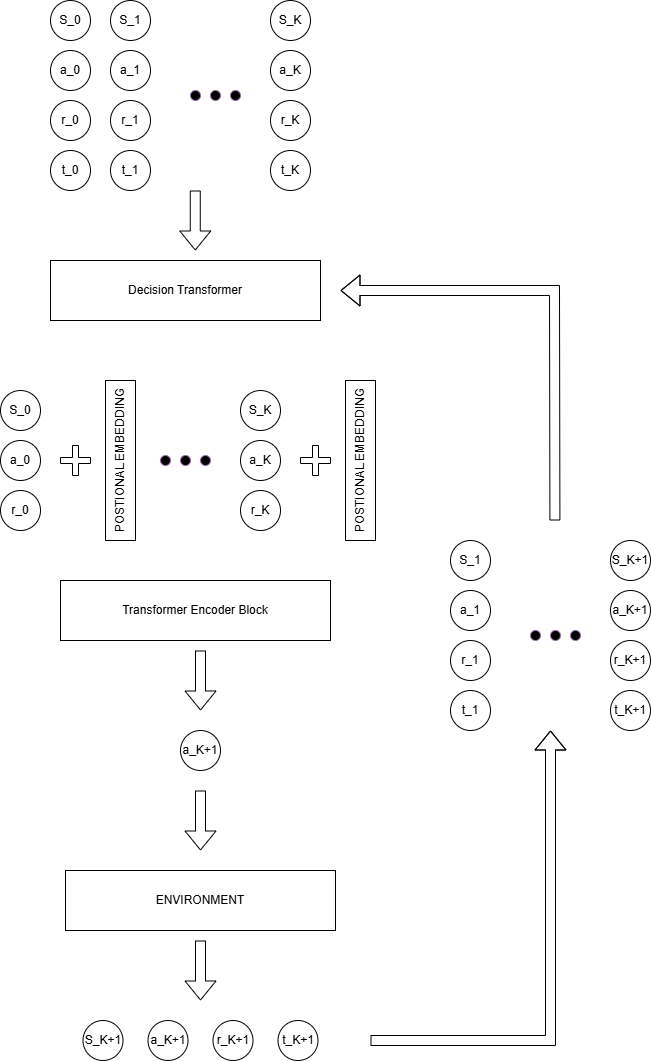
Above: GENAIDiagrams.drawio.png in streklin/generative-ai-applications (draw.io), before the change. Source tidied: cells renumbered, new cells last; positions are measured from the earlier drawing's top-left corner, leaving out a move shared by most shapes. Source of this version:
```xml
<mxGraphModel>
  <root>
    <mxCell id="0" />
    <mxCell id="1" parent="0" />
    <mxCell id="2" value="Transformer Encoder Block" style="rounded=0;whiteSpace=wrap;html=1;" parent="1" vertex="1">
      <mxGeometry x="60" y="580" width="270" height="60" as="geometry" />
    </mxCell>
    <mxCell id="3" value="Decision Transformer" style="rounded=0;whiteSpace=wrap;html=1;" parent="1" vertex="1">
      <mxGeometry x="50" y="260" width="270" height="60" as="geometry" />
    </mxCell>
    <mxCell id="4" value="S_0" style="ellipse;whiteSpace=wrap;html=1;" parent="1" vertex="1">
      <mxGeometry x="50" width="40" height="40" as="geometry" />
    </mxCell>
    <mxCell id="5" value="a_0" style="ellipse;whiteSpace=wrap;html=1;" parent="1" vertex="1">
      <mxGeometry x="50" y="50" width="40" height="40" as="geometry" />
    </mxCell>
    <mxCell id="6" value="r_0" style="ellipse;whiteSpace=wrap;html=1;" parent="1" vertex="1">
      <mxGeometry x="50" y="100" width="40" height="40" as="geometry" />
    </mxCell>
    <mxCell id="7" value="t_0" style="ellipse;whiteSpace=wrap;html=1;" parent="1" vertex="1">
      <mxGeometry x="50" y="150" width="40" height="40" as="geometry" />
    </mxCell>
    <mxCell id="8" value="S_1" style="ellipse;whiteSpace=wrap;html=1;" parent="1" vertex="1">
      <mxGeometry x="110" width="40" height="40" as="geometry" />
    </mxCell>
    <mxCell id="9" value="a_1" style="ellipse;whiteSpace=wrap;html=1;" parent="1" vertex="1">
      <mxGeometry x="110" y="50" width="40" height="40" as="geometry" />
    </mxCell>
    <mxCell id="10" value="r_1" style="ellipse;whiteSpace=wrap;html=1;" parent="1" vertex="1">
      <mxGeometry x="110" y="100" width="40" height="40" as="geometry" />
    </mxCell>
    <mxCell id="11" value="t_1" style="ellipse;whiteSpace=wrap;html=1;" parent="1" vertex="1">
      <mxGeometry x="110" y="150" width="40" height="40" as="geometry" />
    </mxCell>
    <mxCell id="12" value="S_K" style="ellipse;whiteSpace=wrap;html=1;" parent="1" vertex="1">
      <mxGeometry x="270" width="40" height="40" as="geometry" />
    </mxCell>
    <mxCell id="13" value="a_K" style="ellipse;whiteSpace=wrap;html=1;" parent="1" vertex="1">
      <mxGeometry x="270" y="50" width="40" height="40" as="geometry" />
    </mxCell>
    <mxCell id="14" value="r_K" style="ellipse;whiteSpace=wrap;html=1;" parent="1" vertex="1">
      <mxGeometry x="270" y="100" width="40" height="40" as="geometry" />
    </mxCell>
    <mxCell id="15" value="t_K" style="ellipse;whiteSpace=wrap;html=1;" parent="1" vertex="1">
      <mxGeometry x="270" y="150" width="40" height="40" as="geometry" />
    </mxCell>
    <mxCell id="16" style="ellipse;whiteSpace=wrap;html=1;fillColor=light-dark(#000000, #392f3f);strokeColor=#9673a6;" parent="1" vertex="1">
      <mxGeometry x="190" y="90" width="10" height="10" as="geometry" />
    </mxCell>
    <mxCell id="17" style="ellipse;whiteSpace=wrap;html=1;fillColor=light-dark(#000000, #392f3f);strokeColor=#9673a6;" parent="1" vertex="1">
      <mxGeometry x="210" y="90" width="10" height="10" as="geometry" />
    </mxCell>
    <mxCell id="18" style="ellipse;whiteSpace=wrap;html=1;fillColor=light-dark(#000000, #392f3f);strokeColor=#9673a6;" parent="1" vertex="1">
      <mxGeometry x="230" y="90" width="10" height="10" as="geometry" />
    </mxCell>
    <mxCell id="19" style="shape=flexArrow;endArrow=classic;html=1;rounded=0;" parent="1" edge="1">
      <mxGeometry relative="1" as="geometry">
        <mxPoint x="194.8" y="190" as="sourcePoint" />
        <mxPoint x="194.8" y="250" as="targetPoint" />
      </mxGeometry>
    </mxCell>
    <mxCell id="20" value="S_0" style="ellipse;whiteSpace=wrap;html=1;" parent="1" vertex="1">
      <mxGeometry y="390" width="40" height="40" as="geometry" />
    </mxCell>
    <mxCell id="21" value="a_0" style="ellipse;whiteSpace=wrap;html=1;" parent="1" vertex="1">
      <mxGeometry y="440" width="40" height="40" as="geometry" />
    </mxCell>
    <mxCell id="22" value="r_0" style="ellipse;whiteSpace=wrap;html=1;" parent="1" vertex="1">
      <mxGeometry y="490" width="40" height="40" as="geometry" />
    </mxCell>
    <mxCell id="23" style="ellipse;whiteSpace=wrap;html=1;fillColor=light-dark(#000000, #392f3f);strokeColor=#9673a6;" parent="1" vertex="1">
      <mxGeometry x="160" y="455" width="10" height="10" as="geometry" />
    </mxCell>
    <mxCell id="24" style="ellipse;whiteSpace=wrap;html=1;fillColor=light-dark(#000000, #392f3f);strokeColor=#9673a6;" parent="1" vertex="1">
      <mxGeometry x="180" y="455" width="10" height="10" as="geometry" />
    </mxCell>
    <mxCell id="25" style="ellipse;whiteSpace=wrap;html=1;fillColor=light-dark(#000000, #392f3f);strokeColor=#9673a6;" parent="1" vertex="1">
      <mxGeometry x="200" y="455" width="10" height="10" as="geometry" />
    </mxCell>
    <mxCell id="26" value="POSTIONAL EMBEDDING" style="rounded=0;whiteSpace=wrap;html=1;rotation=-90;" parent="1" vertex="1">
      <mxGeometry x="40" y="445" width="160" height="30" as="geometry" />
    </mxCell>
    <mxCell id="27" style="shape=cross;whiteSpace=wrap;html=1;" parent="1" vertex="1">
      <mxGeometry x="60" y="445" width="30" height="30" as="geometry" />
    </mxCell>
    <mxCell id="28" value="S_K" style="ellipse;whiteSpace=wrap;html=1;" parent="1" vertex="1">
      <mxGeometry x="240" y="390" width="40" height="40" as="geometry" />
    </mxCell>
    <mxCell id="29" value="a_K" style="ellipse;whiteSpace=wrap;html=1;" parent="1" vertex="1">
      <mxGeometry x="240" y="440" width="40" height="40" as="geometry" />
    </mxCell>
    <mxCell id="30" value="r_K" style="ellipse;whiteSpace=wrap;html=1;" parent="1" vertex="1">
      <mxGeometry x="240" y="490" width="40" height="40" as="geometry" />
    </mxCell>
    <mxCell id="31" value="POSTIONAL EMBEDDING" style="rounded=0;whiteSpace=wrap;html=1;rotation=-90;" parent="1" vertex="1">
      <mxGeometry x="280" y="445" width="160" height="30" as="geometry" />
    </mxCell>
    <mxCell id="32" style="shape=cross;whiteSpace=wrap;html=1;" parent="1" vertex="1">
      <mxGeometry x="300" y="445" width="30" height="30" as="geometry" />
    </mxCell>
    <mxCell id="33" value="a_K+1" style="ellipse;whiteSpace=wrap;html=1;" parent="1" vertex="1">
      <mxGeometry x="180" y="730" width="40" height="40" as="geometry" />
    </mxCell>
    <mxCell id="34" style="shape=flexArrow;endArrow=classic;html=1;rounded=0;" parent="1" edge="1">
      <mxGeometry relative="1" as="geometry">
        <mxPoint x="200" y="650" as="sourcePoint" />
        <mxPoint x="200" y="710" as="targetPoint" />
      </mxGeometry>
    </mxCell>
    <mxCell id="35" value="ENVIRONMENT" style="rounded=0;whiteSpace=wrap;html=1;" parent="1" vertex="1">
      <mxGeometry x="65" y="870" width="270" height="60" as="geometry" />
    </mxCell>
    <mxCell id="36" style="shape=flexArrow;endArrow=classic;html=1;rounded=0;" parent="1" edge="1">
      <mxGeometry relative="1" as="geometry">
        <mxPoint x="200" y="790" as="sourcePoint" />
        <mxPoint x="200" y="850" as="targetPoint" />
      </mxGeometry>
    </mxCell>
    <mxCell id="37" value="S_K+1" style="ellipse;whiteSpace=wrap;html=1;" parent="1" vertex="1">
      <mxGeometry x="82.5" y="1020" width="40" height="40" as="geometry" />
    </mxCell>
    <mxCell id="38" value="a_K+1" style="ellipse;whiteSpace=wrap;html=1;" parent="1" vertex="1">
      <mxGeometry x="147.5" y="1020" width="40" height="40" as="geometry" />
    </mxCell>
    <mxCell id="39" value="r_K+1" style="ellipse;whiteSpace=wrap;html=1;" parent="1" vertex="1">
      <mxGeometry x="212.5" y="1020" width="40" height="40" as="geometry" />
    </mxCell>
    <mxCell id="40" value="t_K+1" style="ellipse;whiteSpace=wrap;html=1;" parent="1" vertex="1">
      <mxGeometry x="277.5" y="1020" width="40" height="40" as="geometry" />
    </mxCell>
    <mxCell id="41" style="shape=flexArrow;endArrow=classic;html=1;rounded=0;" parent="1" edge="1">
      <mxGeometry relative="1" as="geometry">
        <mxPoint x="200" y="940" as="sourcePoint" />
        <mxPoint x="200" y="1000" as="targetPoint" />
      </mxGeometry>
    </mxCell>
    <mxCell id="42" style="shape=flexArrow;endArrow=classic;html=1;rounded=0;" parent="1" edge="1">
      <mxGeometry relative="1" as="geometry">
        <mxPoint x="370" y="1040" as="sourcePoint" />
        <mxPoint x="550" y="730" as="targetPoint" />
        <Array as="points">
          <mxPoint x="550" y="1040" />
        </Array>
      </mxGeometry>
    </mxCell>
    <mxCell id="43" value="S_1" style="ellipse;whiteSpace=wrap;html=1;" parent="1" vertex="1">
      <mxGeometry x="450" y="540" width="40" height="40" as="geometry" />
    </mxCell>
    <mxCell id="44" value="a_1" style="ellipse;whiteSpace=wrap;html=1;" parent="1" vertex="1">
      <mxGeometry x="450" y="590" width="40" height="40" as="geometry" />
    </mxCell>
    <mxCell id="45" value="r_1" style="ellipse;whiteSpace=wrap;html=1;" parent="1" vertex="1">
      <mxGeometry x="450" y="640" width="40" height="40" as="geometry" />
    </mxCell>
    <mxCell id="46" value="t_1" style="ellipse;whiteSpace=wrap;html=1;" parent="1" vertex="1">
      <mxGeometry x="450" y="690" width="40" height="40" as="geometry" />
    </mxCell>
    <mxCell id="47" value="S_K+1" style="ellipse;whiteSpace=wrap;html=1;" parent="1" vertex="1">
      <mxGeometry x="610" y="540" width="40" height="40" as="geometry" />
    </mxCell>
    <mxCell id="48" value="a_K+1" style="ellipse;whiteSpace=wrap;html=1;" parent="1" vertex="1">
      <mxGeometry x="610" y="590" width="40" height="40" as="geometry" />
    </mxCell>
    <mxCell id="49" value="r_K+1" style="ellipse;whiteSpace=wrap;html=1;" parent="1" vertex="1">
      <mxGeometry x="610" y="640" width="40" height="40" as="geometry" />
    </mxCell>
    <mxCell id="50" value="t_K+1" style="ellipse;whiteSpace=wrap;html=1;" parent="1" vertex="1">
      <mxGeometry x="610" y="690" width="40" height="40" as="geometry" />
    </mxCell>
    <mxCell id="51" style="ellipse;whiteSpace=wrap;html=1;fillColor=light-dark(#000000, #392f3f);strokeColor=#9673a6;" parent="1" vertex="1">
      <mxGeometry x="530" y="630" width="10" height="10" as="geometry" />
    </mxCell>
    <mxCell id="52" style="ellipse;whiteSpace=wrap;html=1;fillColor=light-dark(#000000, #392f3f);strokeColor=#9673a6;" parent="1" vertex="1">
      <mxGeometry x="550" y="630" width="10" height="10" as="geometry" />
    </mxCell>
    <mxCell id="53" style="ellipse;whiteSpace=wrap;html=1;fillColor=light-dark(#000000, #392f3f);strokeColor=#9673a6;" parent="1" vertex="1">
      <mxGeometry x="570" y="630" width="10" height="10" as="geometry" />
    </mxCell>
    <mxCell id="54" style="shape=flexArrow;endArrow=classic;html=1;rounded=0;" parent="1" edge="1">
      <mxGeometry relative="1" as="geometry">
        <mxPoint x="554.4" y="520" as="sourcePoint" />
        <mxPoint x="340" y="290" as="targetPoint" />
        <Array as="points">
          <mxPoint x="554" y="290" />
        </Array>
      </mxGeometry>
    </mxCell>
  </root>
</mxGraphModel>
```
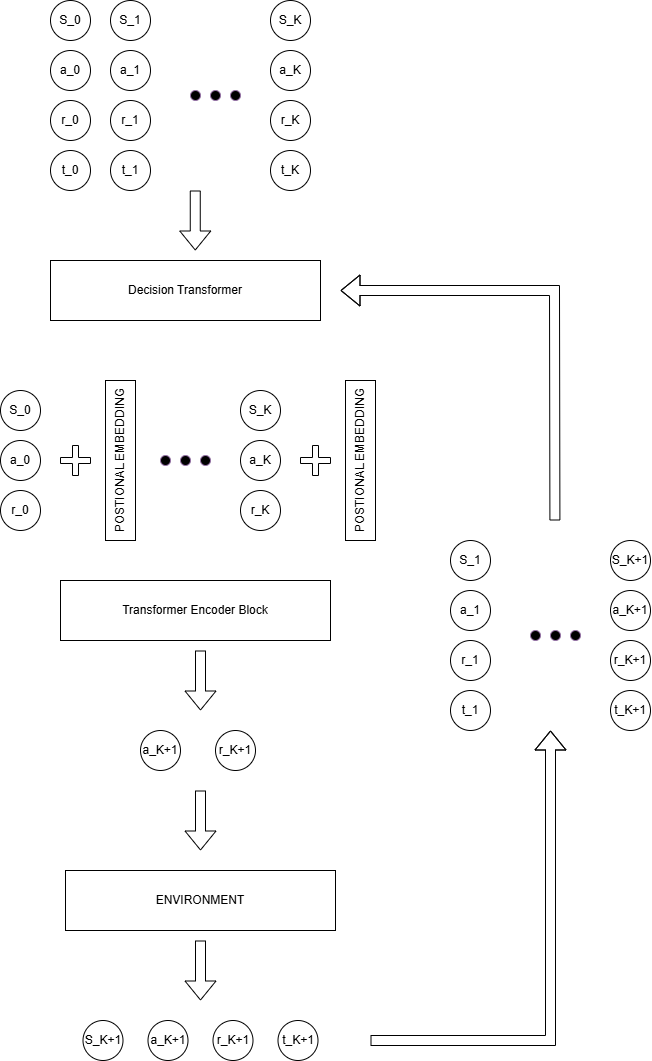
The same diagram one commit later.

Diff of the diagram source:
```diff
@@ -99,7 +99,7 @@
       <mxGeometry x="300" y="445" width="30" height="30" as="geometry" />
     </mxCell>
     <mxCell id="33" value="a_K+1" style="ellipse;whiteSpace=wrap;html=1;" parent="1" vertex="1">
-      <mxGeometry x="180" y="730" width="40" height="40" as="geometry" />
+      <mxGeometry x="140" y="730" width="40" height="40" as="geometry" />
     </mxCell>
     <mxCell id="34" style="shape=flexArrow;endArrow=classic;html=1;rounded=0;" parent="1" edge="1">
       <mxGeometry relative="1" as="geometry">
@@ -185,5 +185,8 @@
         </Array>
       </mxGeometry>
     </mxCell>
+    <mxCell id="55" value="r_K+1" style="ellipse;whiteSpace=wrap;html=1;" parent="1" vertex="1">
+      <mxGeometry x="215" y="730" width="40" height="40" as="geometry" />
+    </mxCell>
   </root>
 </mxGraphModel>
```
